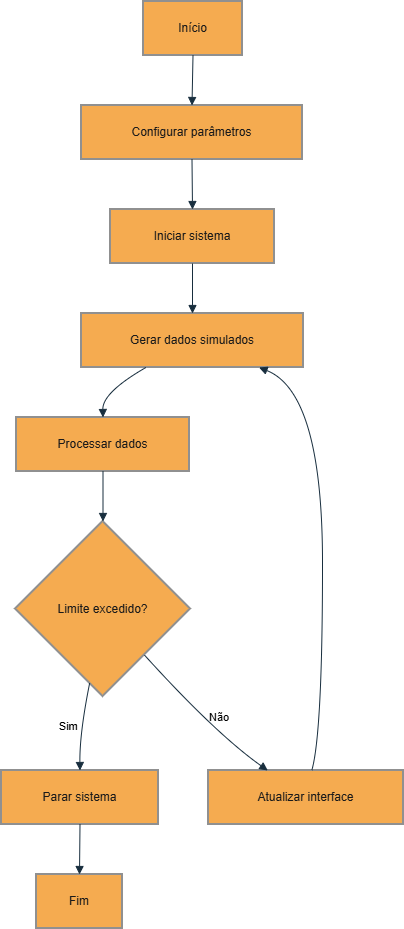
lorenzonia/project_POO_Lorenzoni keeps this draw.io diagram as docs/UML/Diagrama_Atividades_R00.png. Above is the earlier version. Source tidied: cells renumbered, new cells last; positions are measured from the earlier drawing's top-left corner, leaving out a move shared by most shapes.
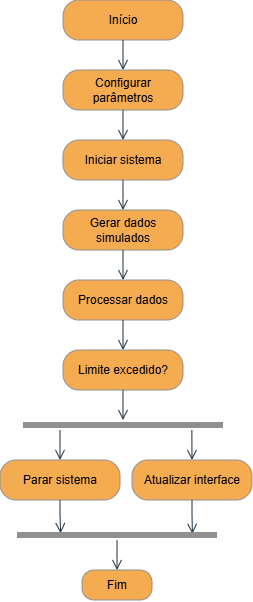
Above is the later version.

The edit, as a diff of the source:
```diff
@@ -2,76 +2,78 @@
   <root>
     <mxCell id="0" />
     <mxCell id="1" parent="0" />
-    <mxCell id="2" value="Início" style="whiteSpace=wrap;strokeWidth=2;fillColor=#F5AB50;strokeColor=#909090;fontColor=#1A1A1A;labelBackgroundColor=none;" parent="1" vertex="1">
-      <mxGeometry x="142" width="99" height="54" as="geometry" />
+    <mxCell id="2" value="&lt;span style=&quot;&quot;&gt;Início&lt;/span&gt;" style="rounded=1;whiteSpace=wrap;html=1;arcSize=40;fontColor=#000000;fillColor=#F5AB50;strokeColor=#909090;labelBackgroundColor=none;" parent="1" vertex="1">
+      <mxGeometry x="166" y="10" width="120" height="40" as="geometry" />
     </mxCell>
+    <mxCell id="11" style="edgeStyle=orthogonalEdgeStyle;html=1;verticalAlign=bottom;endArrow=open;endSize=8;strokeColor=#182E3E;rounded=0;labelBackgroundColor=none;fontColor=#000000;entryX=0.5;entryY=0;entryDx=0;entryDy=0;" parent="1" edge="1" source="2" target="3">
+      <mxGeometry relative="1" as="geometry" />
+    </mxCell>
-    <mxCell id="3" value="Configurar parâmetros" style="whiteSpace=wrap;strokeWidth=2;fillColor=#F5AB50;strokeColor=#909090;fontColor=#1A1A1A;labelBackgroundColor=none;" parent="1" vertex="1">
-      <mxGeometry x="80" y="104" width="221" height="54" as="geometry" />
+    <mxCell id="3" value="&lt;span style=&quot;&quot;&gt;Configurar parâmetros&lt;/span&gt;" style="rounded=1;whiteSpace=wrap;html=1;arcSize=40;fontColor=#000000;fillColor=#F5AB50;strokeColor=#909090;labelBackgroundColor=none;" parent="1" vertex="1">
+      <mxGeometry x="166" y="80" width="120" height="40" as="geometry" />
     </mxCell>
+    <mxCell id="12" style="edgeStyle=orthogonalEdgeStyle;html=1;verticalAlign=bottom;endArrow=open;endSize=8;strokeColor=#182E3E;rounded=0;fontColor=#000000;entryX=0.5;entryY=0;entryDx=0;entryDy=0;labelBackgroundColor=none;" parent="1" edge="1" source="3" target="4">
+      <mxGeometry relative="1" as="geometry" />
+    </mxCell>
-    <mxCell id="4" value="Iniciar sistema" style="whiteSpace=wrap;strokeWidth=2;fillColor=#F5AB50;strokeColor=#909090;fontColor=#1A1A1A;labelBackgroundColor=none;" parent="1" vertex="1">
-      <mxGeometry x="109" y="208" width="164" height="54" as="geometry" />
+    <mxCell id="4" value="&lt;span style=&quot;&quot;&gt;Iniciar sistema&lt;/span&gt;" style="rounded=1;whiteSpace=wrap;html=1;arcSize=40;fontColor=#000000;fillColor=#F5AB50;strokeColor=#909090;labelBackgroundColor=none;" parent="1" vertex="1">
+      <mxGeometry x="166" y="150" width="120" height="40" as="geometry" />
     </mxCell>
+    <mxCell id="13" style="edgeStyle=orthogonalEdgeStyle;html=1;verticalAlign=bottom;endArrow=open;endSize=8;strokeColor=#182E3E;rounded=0;fontColor=#000000;entryX=0.5;entryY=0;entryDx=0;entryDy=0;labelBackgroundColor=none;" parent="1" edge="1" source="4" target="5">
+      <mxGeometry relative="1" as="geometry" />
+    </mxCell>
-    <mxCell id="5" value="Gerar dados simulados" style="whiteSpace=wrap;strokeWidth=2;fillColor=#F5AB50;strokeColor=#909090;fontColor=#1A1A1A;labelBackgroundColor=none;" parent="1" vertex="1">
-      <mxGeometry x="80" y="312" width="222" height="54" as="geometry" />
+    <mxCell id="5" value="&lt;span style=&quot;&quot;&gt;Gerar dados simulados&lt;/span&gt;" style="rounded=1;whiteSpace=wrap;html=1;arcSize=40;fontColor=#000000;fillColor=#F5AB50;strokeColor=#909090;labelBackgroundColor=none;" parent="1" vertex="1">
+      <mxGeometry x="166" y="220" width="120" height="40" as="geometry" />
     </mxCell>
+    <mxCell id="14" style="edgeStyle=orthogonalEdgeStyle;html=1;verticalAlign=bottom;endArrow=open;endSize=8;strokeColor=#182E3E;rounded=0;fontColor=#000000;entryX=0.5;entryY=0;entryDx=0;entryDy=0;labelBackgroundColor=none;" parent="1" edge="1" source="5" target="6">
+      <mxGeometry relative="1" as="geometry" />
+    </mxCell>
-    <mxCell id="6" value="Processar dados" style="whiteSpace=wrap;strokeWidth=2;fillColor=#F5AB50;strokeColor=#909090;fontColor=#1A1A1A;labelBackgroundColor=none;" parent="1" vertex="1">
-      <mxGeometry x="15" y="416" width="173" height="54" as="geometry" />
+    <mxCell id="6" value="&lt;span style=&quot;&quot;&gt;Processar dados&lt;/span&gt;" style="rounded=1;whiteSpace=wrap;html=1;arcSize=40;fontColor=#000000;fillColor=#F5AB50;strokeColor=#909090;labelBackgroundColor=none;" parent="1" vertex="1">
+      <mxGeometry x="166" y="290" width="120" height="40" as="geometry" />
     </mxCell>
+    <mxCell id="15" style="edgeStyle=orthogonalEdgeStyle;html=1;verticalAlign=bottom;endArrow=open;endSize=8;strokeColor=#182E3E;rounded=0;fontColor=#000000;entryX=0.5;entryY=0;entryDx=0;entryDy=0;labelBackgroundColor=none;" parent="1" edge="1" source="6" target="7">
+      <mxGeometry relative="1" as="geometry" />
+    </mxCell>
-    <mxCell id="7" value="Limite excedido?" style="rhombus;strokeWidth=2;whiteSpace=wrap;fillColor=#F5AB50;strokeColor=#909090;fontColor=#1A1A1A;labelBackgroundColor=none;" parent="1" vertex="1">
-      <mxGeometry x="14" y="520" width="175" height="175" as="geometry" />
+    <mxCell id="7" value="&lt;span style=&quot;&quot;&gt;Limite excedido?&lt;/span&gt;" style="rounded=1;whiteSpace=wrap;html=1;arcSize=40;fontColor=#000000;fillColor=#F5AB50;strokeColor=#909090;labelBackgroundColor=none;" parent="1" vertex="1">
+      <mxGeometry x="166" y="360" width="120" height="40" as="geometry" />
     </mxCell>
+    <mxCell id="20" style="edgeStyle=orthogonalEdgeStyle;html=1;verticalAlign=bottom;endArrow=open;endSize=8;strokeColor=#182E3E;rounded=0;fontColor=#000000;labelBackgroundColor=none;" parent="1" edge="1" source="7" target="21">
+      <mxGeometry relative="1" as="geometry" />
+    </mxCell>
+    <mxCell id="21" style="shape=line;html=1;strokeWidth=6;strokeColor=#909090;fontColor=#000000;fillColor=#F5AB50;labelBackgroundColor=none;" parent="1" vertex="1">
+      <mxGeometry x="126" y="430" width="200" height="10" as="geometry" />
+    </mxCell>
-    <mxCell id="8" value="Parar sistema" style="whiteSpace=wrap;strokeWidth=2;fillColor=#F5AB50;strokeColor=#909090;fontColor=#1A1A1A;labelBackgroundColor=none;" parent="1" vertex="1">
-      <mxGeometry y="769" width="157" height="54" as="geometry" />
+    <mxCell id="8" value="&lt;span style=&quot;&quot;&gt;Parar sistema&lt;/span&gt;" style="rounded=1;whiteSpace=wrap;html=1;arcSize=40;fontColor=#000000;fillColor=#F5AB50;strokeColor=#909090;labelBackgroundColor=none;" parent="1" vertex="1">
+      <mxGeometry x="103" y="470" width="120" height="40" as="geometry" />
     </mxCell>
+    <mxCell id="22" style="edgeStyle=orthogonalEdgeStyle;html=1;verticalAlign=bottom;endArrow=open;endSize=8;strokeColor=#182E3E;rounded=0;fontColor=#000000;entryX=0.218;entryY=0.317;entryDx=0;entryDy=0;entryPerimeter=0;labelBackgroundColor=none;" parent="1" edge="1" source="8" target="26">
+      <mxGeometry relative="1" as="geometry" />
+    </mxCell>
-    <mxCell id="9" value="Atualizar interface" style="whiteSpace=wrap;strokeWidth=2;fillColor=#F5AB50;strokeColor=#909090;fontColor=#1A1A1A;labelBackgroundColor=none;" parent="1" vertex="1">
-      <mxGeometry x="207" y="769" width="195" height="54" as="geometry" />
+    <mxCell id="9" value="&lt;span style=&quot;&quot;&gt;Atualizar interface&lt;/span&gt;" style="rounded=1;whiteSpace=wrap;html=1;arcSize=40;fontColor=#000000;fillColor=#F5AB50;strokeColor=#909090;labelBackgroundColor=none;" parent="1" vertex="1">
+      <mxGeometry x="235" y="470" width="120" height="40" as="geometry" />
     </mxCell>
+    <mxCell id="23" style="edgeStyle=orthogonalEdgeStyle;html=1;verticalAlign=bottom;endArrow=open;endSize=8;strokeColor=#182E3E;rounded=0;fontColor=#000000;entryX=0.877;entryY=0.383;entryDx=0;entryDy=0;entryPerimeter=0;labelBackgroundColor=none;" parent="1" edge="1" source="9" target="26">
+      <mxGeometry relative="1" as="geometry" />
+    </mxCell>
+    <mxCell id="24" style="edgeStyle=orthogonalEdgeStyle;html=1;verticalAlign=bottom;endArrow=open;endSize=8;strokeColor=#182E3E;rounded=0;fontColor=#000000;entryX=0.5;entryY=0;entryDx=0;entryDy=0;labelBackgroundColor=none;" parent="1" edge="1" source="21" target="8">
+      <mxGeometry relative="1" as="geometry">
+        <Array as="points">
+          <mxPoint x="163" y="450" />
+          <mxPoint x="163" y="450" />
+        </Array>
+      </mxGeometry>
+    </mxCell>
+    <mxCell id="25" style="edgeStyle=orthogonalEdgeStyle;html=1;verticalAlign=bottom;endArrow=open;endSize=8;strokeColor=#182E3E;rounded=0;fontColor=#000000;entryX=0.5;entryY=0;entryDx=0;entryDy=0;labelBackgroundColor=none;" parent="1" edge="1" target="9">
+      <mxGeometry relative="1" as="geometry">
+        <mxPoint x="294.9" y="440" as="sourcePoint" />
+      </mxGeometry>
+    </mxCell>
+    <mxCell id="26" style="shape=line;html=1;strokeWidth=6;strokeColor=#909090;fontColor=#000000;fillColor=#F5AB50;labelBackgroundColor=none;" parent="1" vertex="1">
+      <mxGeometry x="120" y="540" width="200" height="10" as="geometry" />
+    </mxCell>
+    <mxCell id="27" style="edgeStyle=orthogonalEdgeStyle;html=1;verticalAlign=bottom;endArrow=open;endSize=8;strokeColor=#182E3E;rounded=0;fontColor=#000000;entryX=0.5;entryY=0;entryDx=0;entryDy=0;labelBackgroundColor=none;" parent="1" edge="1" source="26" target="10">
+      <mxGeometry relative="1" as="geometry" />
+    </mxCell>
-    <mxCell id="10" value="Fim" style="whiteSpace=wrap;strokeWidth=2;fillColor=#F5AB50;strokeColor=#909090;fontColor=#1A1A1A;labelBackgroundColor=none;" parent="1" vertex="1">
-      <mxGeometry x="35" y="873" width="86" height="54" as="geometry" />
+    <mxCell id="10" value="&lt;span style=&quot;&quot;&gt;Fim&lt;/span&gt;" style="rounded=1;whiteSpace=wrap;html=1;arcSize=40;fontColor=#000000;fillColor=#F5AB50;strokeColor=#909090;labelBackgroundColor=none;" parent="1" vertex="1">
+      <mxGeometry x="185" y="580" width="70" height="30" as="geometry" />
     </mxCell>
-    <mxCell id="11" style="curved=1;startArrow=none;endArrow=block;exitX=0.5;exitY=1;entryX=0.5;entryY=0;rounded=0;labelBackgroundColor=none;strokeColor=#182E3E;fontColor=default;" parent="1" edge="1" source="2" target="3">
-      <mxGeometry relative="1" as="geometry" />
-    </mxCell>
-    <mxCell id="12" style="curved=1;startArrow=none;endArrow=block;exitX=0.5;exitY=1;entryX=0.5;entryY=0;rounded=0;labelBackgroundColor=none;strokeColor=#182E3E;fontColor=default;" parent="1" edge="1" source="3" target="4">
-      <mxGeometry relative="1" as="geometry" />
-    </mxCell>
-    <mxCell id="13" style="curved=1;startArrow=none;endArrow=block;exitX=0.5;exitY=1;entryX=0.5;entryY=0;rounded=0;labelBackgroundColor=none;strokeColor=#182E3E;fontColor=default;" parent="1" edge="1" source="4" target="5">
-      <mxGeometry relative="1" as="geometry" />
-    </mxCell>
-    <mxCell id="14" style="curved=1;startArrow=none;endArrow=block;exitX=0.29;exitY=1;entryX=0.5;entryY=0;rounded=0;labelBackgroundColor=none;strokeColor=#182E3E;fontColor=default;" parent="1" edge="1" source="5" target="6">
-      <mxGeometry relative="1" as="geometry">
-        <Array as="points">
-          <mxPoint x="101" y="391" />
-        </Array>
-      </mxGeometry>
-    </mxCell>
-    <mxCell id="15" style="curved=1;startArrow=none;endArrow=block;exitX=0.5;exitY=1;entryX=0.5;entryY=0;rounded=0;labelBackgroundColor=none;strokeColor=#182E3E;fontColor=default;" parent="1" edge="1" source="6" target="7">
-      <mxGeometry relative="1" as="geometry" />
-    </mxCell>
-    <mxCell id="16" value="Sim" style="curved=1;startArrow=none;endArrow=block;exitX=0.41;exitY=1;entryX=0.5;entryY=-0.01;rounded=0;labelBackgroundColor=none;strokeColor=#182E3E;fontColor=#000000;" parent="1" edge="1" source="7" target="8">
-      <mxGeometry x="0.03" y="-12" relative="1" as="geometry">
-        <Array as="points">
-          <mxPoint x="78" y="732" />
-        </Array>
-      </mxGeometry>
-    </mxCell>
-    <mxCell id="17" value="Não" style="curved=1;startArrow=none;endArrow=block;exitX=0.95;exitY=1;entryX=0.3;entryY=-0.01;rounded=0;labelBackgroundColor=none;strokeColor=#182E3E;fontColor=#000000;" parent="1" edge="1" source="7" target="9">
-      <mxGeometry x="0.14" y="14" relative="1" as="geometry">
-        <Array as="points">
-          <mxPoint x="214" y="732" />
-        </Array>
-      </mxGeometry>
-    </mxCell>
-    <mxCell id="18" style="curved=1;startArrow=none;endArrow=block;exitX=0.53;exitY=-0.01;entryX=0.8;entryY=1;rounded=0;labelBackgroundColor=none;strokeColor=#182E3E;fontColor=default;" parent="1" edge="1" source="9" target="5">
-      <mxGeometry relative="1" as="geometry">
-        <Array as="points">
-          <mxPoint x="321" y="732" />
-          <mxPoint x="321" y="391" />
-        </Array>
-      </mxGeometry>
-    </mxCell>
-    <mxCell id="19" style="curved=1;startArrow=none;endArrow=block;exitX=0.5;exitY=0.99;entryX=0.5;entryY=-0.01;rounded=0;labelBackgroundColor=none;strokeColor=#182E3E;fontColor=default;" parent="1" edge="1" source="8" target="10">
-      <mxGeometry relative="1" as="geometry" />
-    </mxCell>
   </root>
 </mxGraphModel>
```
